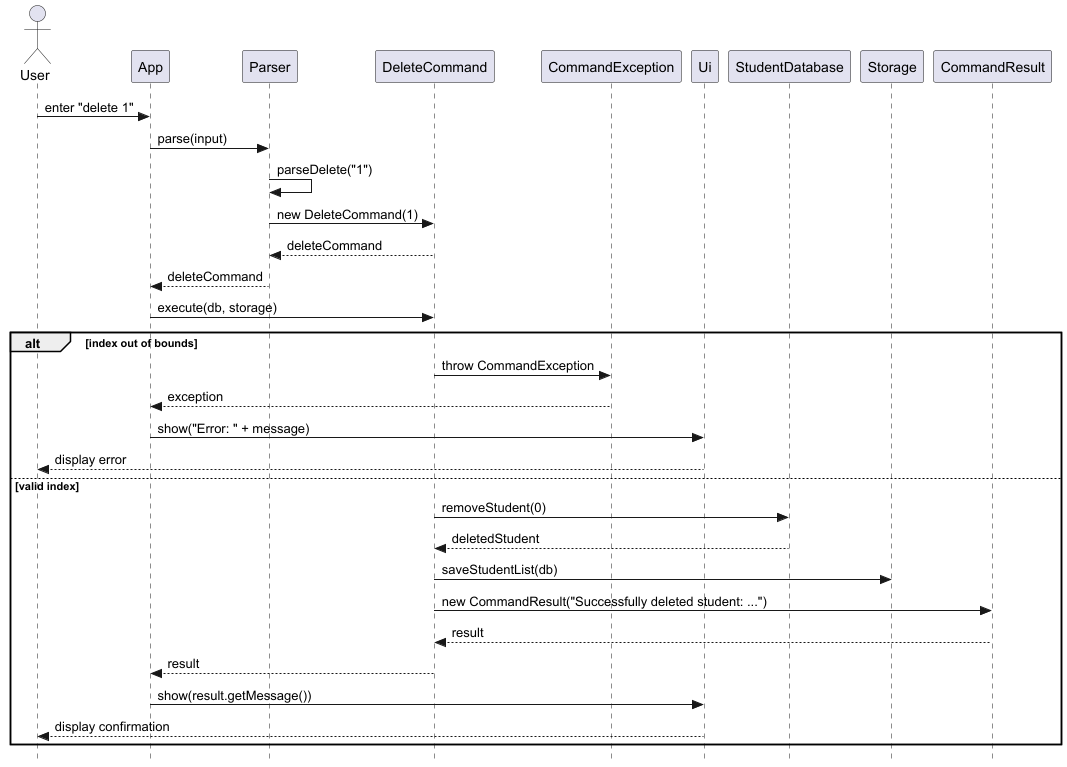
Before: docs/images/DeleteCommandSequence.png, a diagram exported from PlantUML (AgaraNUS/tp). Source of this version:
```plantuml
@startuml DeleteCommandSequence
skinparam style strictuml
actor User

User -> App : enter "delete 1"
App -> Parser : parse(input)
Parser -> Parser : parseDelete("1")
Parser -> DeleteCommand : new DeleteCommand(1)
DeleteCommand --> Parser : deleteCommand
Parser --> App : deleteCommand
App -> DeleteCommand : execute(db, storage)

alt index out of bounds
    DeleteCommand -> CommandException : throw CommandException
    CommandException --> App : exception
    App -> Ui : show("Error: " + message)
    Ui --> User : display error
else valid index
    DeleteCommand -> StudentDatabase : removeStudent(0)
    StudentDatabase --> DeleteCommand : deletedStudent
    DeleteCommand -> Storage : saveStudentList(db)
    DeleteCommand -> CommandResult : new CommandResult("Successfully deleted student: ...")
    CommandResult --> DeleteCommand : result
    DeleteCommand --> App : result
    App -> Ui : show(result.getMessage())
    Ui --> User : display confirmation
end
@enduml
```
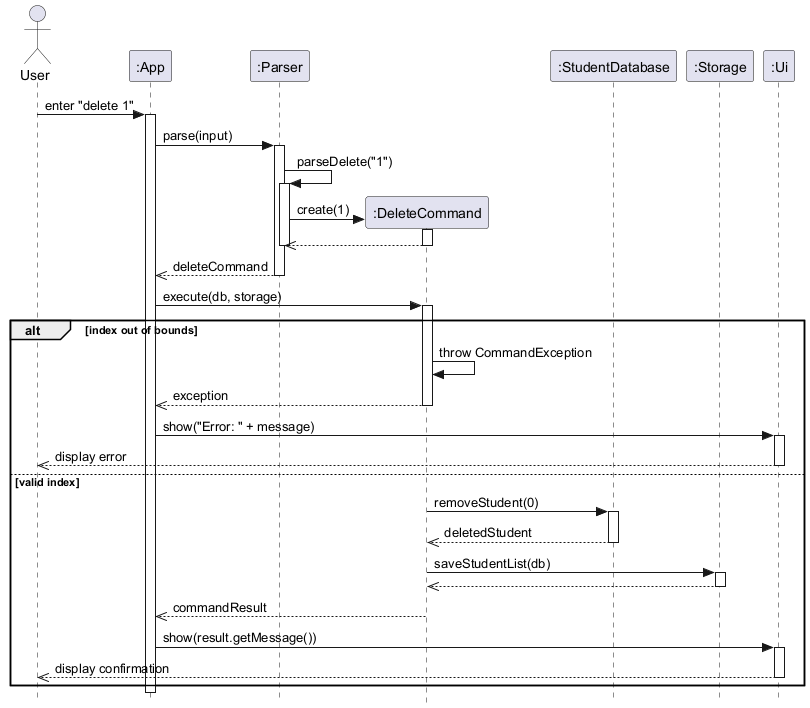
The same diagram one commit later.

Diff of the diagram source:
```diff
@@ -2,27 +2,53 @@
 skinparam style strictuml
 actor User
 
+participant ":App" as App
+participant ":Parser" as Parser
+participant ":DeleteCommand" as DeleteCommand
+participant ":StudentDatabase" as StudentDatabase
+participant ":Storage" as Storage
+participant ":Ui" as Ui
+
 User -> App : enter "delete 1"
+activate App
 App -> Parser : parse(input)
+activate Parser
 Parser -> Parser : parseDelete("1")
-Parser -> DeleteCommand : new DeleteCommand(1)
-DeleteCommand --> Parser : deleteCommand
-Parser --> App : deleteCommand
+activate Parser
+Parser -> DeleteCommand ** : create(1)
+activate DeleteCommand
+DeleteCommand -->> Parser
+deactivate DeleteCommand
+deactivate Parser
+Parser -->> App : deleteCommand
+deactivate Parser
+
 App -> DeleteCommand : execute(db, storage)
+activate DeleteCommand
 
 alt index out of bounds
-    DeleteCommand -> CommandException : throw CommandException
-    CommandException --> App : exception
+    DeleteCommand -> DeleteCommand : throw CommandException
+    DeleteCommand -->> App : exception
+    deactivate DeleteCommand
     App -> Ui : show("Error: " + message)
-    Ui --> User : display error
+    activate Ui
+    Ui -->> User : display error
+    deactivate Ui
 else valid index
     DeleteCommand -> StudentDatabase : removeStudent(0)
-    StudentDatabase --> DeleteCommand : deletedStudent
+    activate StudentDatabase
+    StudentDatabase -->> DeleteCommand : deletedStudent
+    deactivate StudentDatabase
     DeleteCommand -> Storage : saveStudentList(db)
-    DeleteCommand -> CommandResult : new CommandResult("Successfully deleted student: ...")
-    CommandResult --> DeleteCommand : result
-    DeleteCommand --> App : result
+    activate Storage
+    Storage -->> DeleteCommand
+    deactivate Storage
+    DeleteCommand -->> App : commandResult
+    deactivate DeleteCommand
     App -> Ui : show(result.getMessage())
-    Ui --> User : display confirmation
+    activate Ui
+    Ui -->> User : display confirmation
+    deactivate Ui
 end
+deactivate App
 @enduml
```
